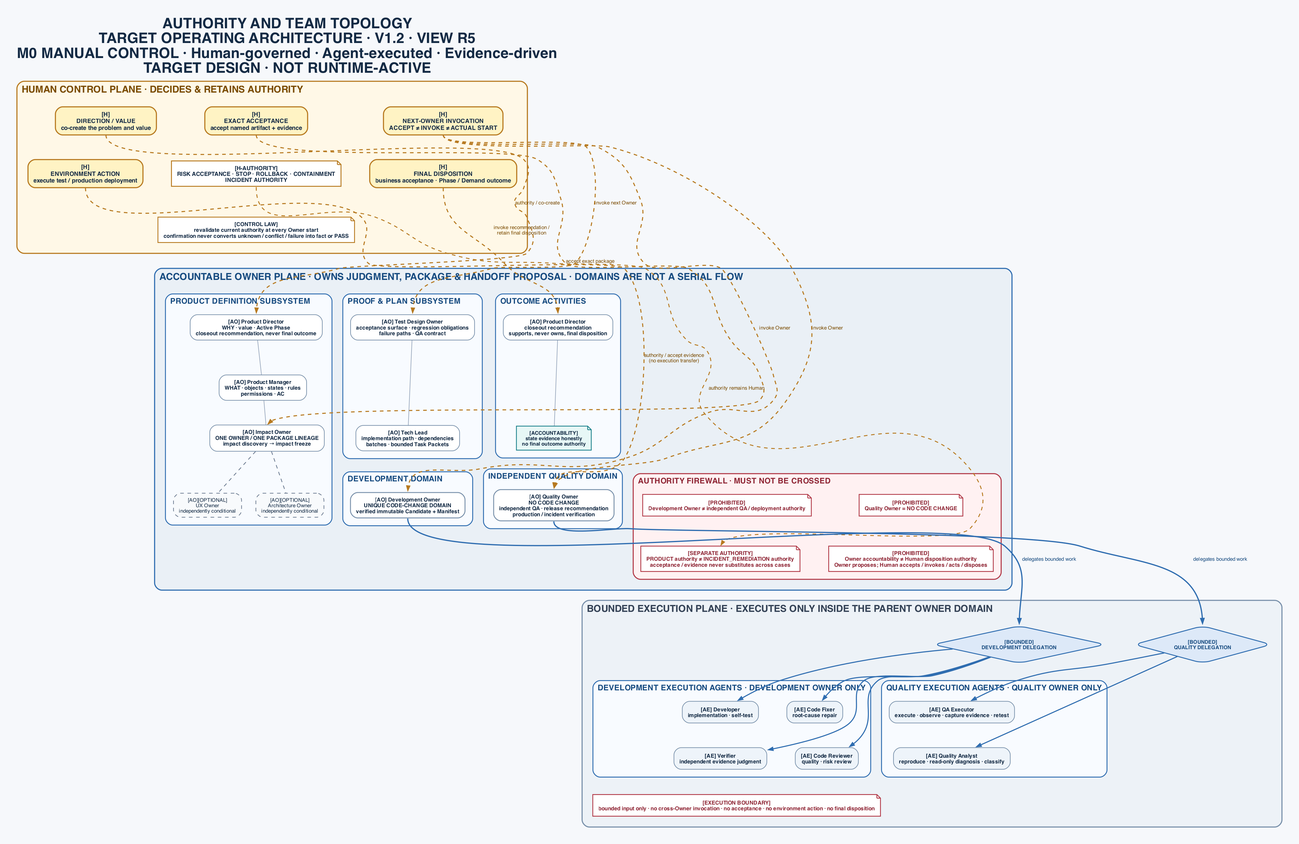
jieli-cqwl/org-claude-skills keeps this Graphviz diagram as docs/superpowers/specs/assets/2026-07-30--one-human-agent-team-operating-architecture-v1.2/authority-and-team-topology.png. Above is the earlier version. Its source is kept beside it as docs/superpowers/specs/assets/2026-07-30--one-human-agent-team-operating-architecture-v1.2/authority-and-team-topology.dot.
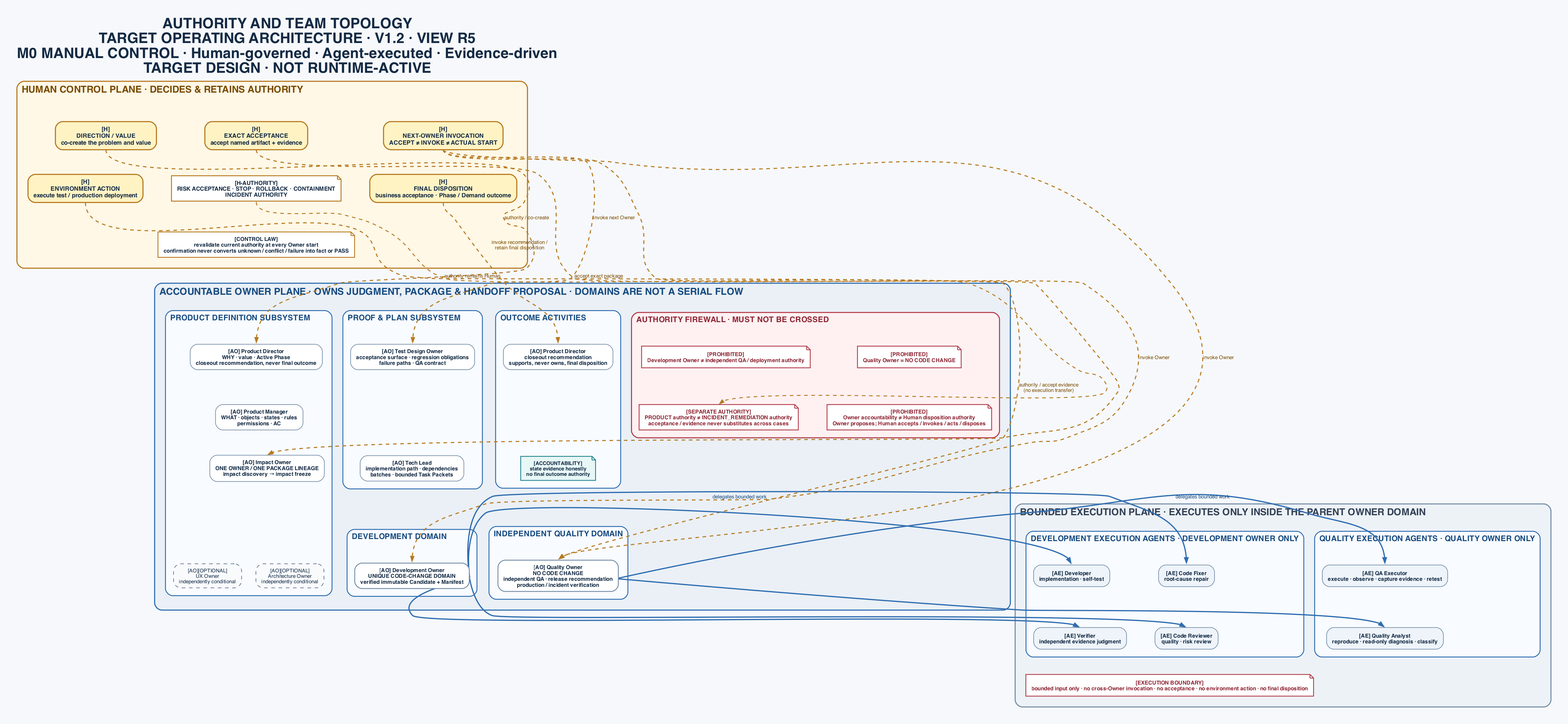
Above is the later version.

Commit message:
docs: fix authority delegation topology

Change to the diagram source:
```diff
@@ -220,21 +220,18 @@
       ];
 
       product_director -> product_manager -> impact_owner [
-        dir=none,
-        color="#94A3B8",
-        penwidth=1.0
+        style=invis,
+        weight=20
       ];
 
       impact_owner -> ux_owner [
-        dir=none,
-        style=dashed,
-        color="#64748B"
+        style=invis,
+        weight=16
       ];
 
       impact_owner -> architecture_owner [
-        dir=none,
-        style=dashed,
-        color="#64748B"
+        style=invis,
+        weight=16
       ];
 
       {
@@ -270,9 +267,8 @@
       ];
 
       test_design_owner -> tech_lead [
-        dir=none,
-        color="#94A3B8",
-        penwidth=1.0
+        style=invis,
+        weight=20
       ];
     }
 
@@ -307,9 +303,8 @@
       ];
 
       outcome_recommendation -> outcome_evidence [
-        dir=none,
-        color="#94A3B8",
-        penwidth=1.0
+        style=invis,
+        weight=20
       ];
     }
 
@@ -340,6 +335,7 @@
 
       development_owner [
         label="[AO] Development Owner\nUNIQUE CODE-CHANGE DOMAIN\nverified immutable Candidate + Manifest",
+        group="development",
         fontname="Helvetica-Bold",
         fontsize=9,
         penwidth=1.5
@@ -361,6 +357,7 @@
 
       quality_owner [
         label="[AO] Quality Owner\nNO CODE CHANGE\nindependent QA · release recommendation\nproduction / incident verification",
+        group="quality",
         fontname="Helvetica-Bold",
         fontsize=9,
         penwidth=1.5
@@ -478,12 +475,22 @@
 
     {
       rank=same;
+      outcome_recommendation;
+      development_boundary;
+    }
+
+    outcome_recommendation -> development_boundary [
+      style=invis,
+      weight=24
+    ];
+
+    {
+      rank=same;
       development_owner;
       quality_owner;
-      development_boundary;
-    }
-
-    development_owner -> quality_owner -> development_boundary [
+    }
+
+    development_owner -> quality_owner [
       style=invis,
       weight=24
     ];
@@ -503,39 +510,6 @@
     style="rounded,filled";
     margin=18;
 
-    development_delegation [
-      label="[BOUNDED]\nDEVELOPMENT DELEGATION",
-      shape=diamond,
-      color="#2F6DB0",
-      fillcolor="#DDE9F8",
-      fontname="Helvetica-Bold",
-      fontcolor="#174B80",
-      fontsize=8.5,
-      penwidth=1.5
-    ];
-
-    quality_delegation [
-      label="[BOUNDED]\nQUALITY DELEGATION",
-      shape=diamond,
-      color="#2F6DB0",
-      fillcolor="#DDE9F8",
-      fontname="Helvetica-Bold",
-      fontcolor="#174B80",
-      fontsize=8.5,
-      penwidth=1.5
-    ];
-
-    {
-      rank=same;
-      development_delegation;
-      quality_delegation;
-    }
-
-    development_delegation -> quality_delegation [
-      style=invis,
-      weight=20
-    ];
-
     subgraph cluster_development_execution {
       label="DEVELOPMENT EXECUTION AGENTS · DEVELOPMENT OWNER ONLY";
       labelloc=t;
@@ -551,6 +525,7 @@
 
       developer [
         label="[AE] Developer\nimplementation · self-test",
+        group="development",
         fillcolor="#EEF4FA",
         fontname="Helvetica-Bold",
         fontsize=9
@@ -625,6 +600,7 @@
 
       qa_executor [
         label="[AE] QA Executor\nexecute · observe · capture evidence · retest",
+        group="quality",
         fillcolor="#EEF4FA",
         fontname="Helvetica-Bold",
         fontsize=9
@@ -652,42 +628,6 @@
     developer -> qa_executor [
       style=invis,
       weight=24
-    ];
-
-    development_delegation -> developer [
-      color="#2F6DB0",
-      penwidth=1.7,
-      arrowsize=0.75
-    ];
-
-    development_delegation -> code_fixer [
-      color="#2F6DB0",
-      penwidth=1.7,
-      arrowsize=0.75
-    ];
-
-    development_delegation -> verifier [
-      color="#2F6DB0",
-      penwidth=1.7,
-      arrowsize=0.75
-    ];
-
-    development_delegation -> code_reviewer [
-      color="#2F6DB0",
-      penwidth=1.7,
-      arrowsize=0.75
-    ];
-
-    quality_delegation -> qa_executor [
-      color="#2F6DB0",
-      penwidth=1.7,
-      arrowsize=0.75
-    ];
-
-    quality_delegation -> quality_analyst [
-      color="#2F6DB0",
-      penwidth=1.7,
-      arrowsize=0.75
     ];
 
     execution_boundary [
@@ -820,7 +760,7 @@
     minlen=2
   ];
 
-  development_owner -> development_delegation [
+  development_owner -> developer [
     label="delegates bounded work",
     color="#2F6DB0",
     fontcolor="#174B80",
@@ -828,10 +768,44 @@
     arrowsize=0.8,
     tailport=s,
     headport=n,
-    constraint=false
-  ];
-
-  quality_owner -> quality_delegation [
+    sametail="development_owner_fanout",
+    constraint=false
+  ];
+
+  development_owner -> code_fixer [
+    color="#2F6DB0",
+    fontcolor="#174B80",
+    penwidth=2.0,
+    arrowsize=0.8,
+    tailport=s,
+    headport=n,
+    sametail="development_owner_fanout",
+    constraint=false
+  ];
+
+  development_owner -> verifier [
+    color="#2F6DB0",
+    fontcolor="#174B80",
+    penwidth=2.0,
+    arrowsize=0.8,
+    tailport=s,
+    headport=n,
+    sametail="development_owner_fanout",
+    constraint=false
+  ];
+
+  development_owner -> code_reviewer [
+    color="#2F6DB0",
+    fontcolor="#174B80",
+    penwidth=2.0,
+    arrowsize=0.8,
+    tailport=s,
+    headport=n,
+    sametail="development_owner_fanout",
+    constraint=false
+  ];
+
+  quality_owner -> qa_executor [
     label="delegates bounded work",
     color="#2F6DB0",
     fontcolor="#174B80",
@@ -839,6 +813,18 @@
     arrowsize=0.8,
     tailport=s,
     headport=n,
+    sametail="quality_owner_fanout",
+    constraint=false
+  ];
+
+  quality_owner -> quality_analyst [
+    color="#2F6DB0",
+    fontcolor="#174B80",
+    penwidth=2.0,
+    arrowsize=0.8,
+    tailport=s,
+    headport=n,
+    sametail="quality_owner_fanout",
     constraint=false
   ];
 }
```
